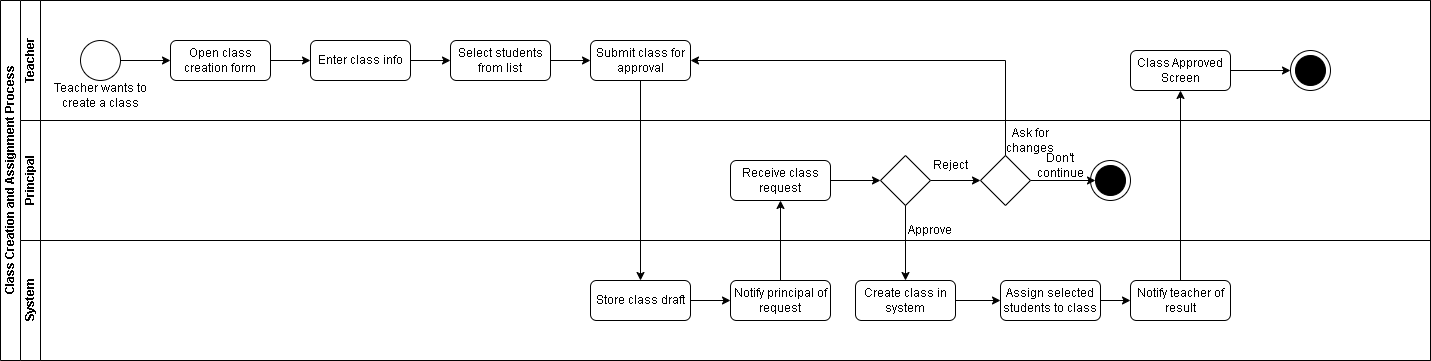
Above: BPMN-diagrams/BPMN-diagram-class-creation.drawio.png in LeandroBakollari/learning-platform (draw.io), before the change. Source tidied: cells renumbered, new cells last; positions are measured from the earlier drawing's top-left corner, leaving out a move shared by most shapes.
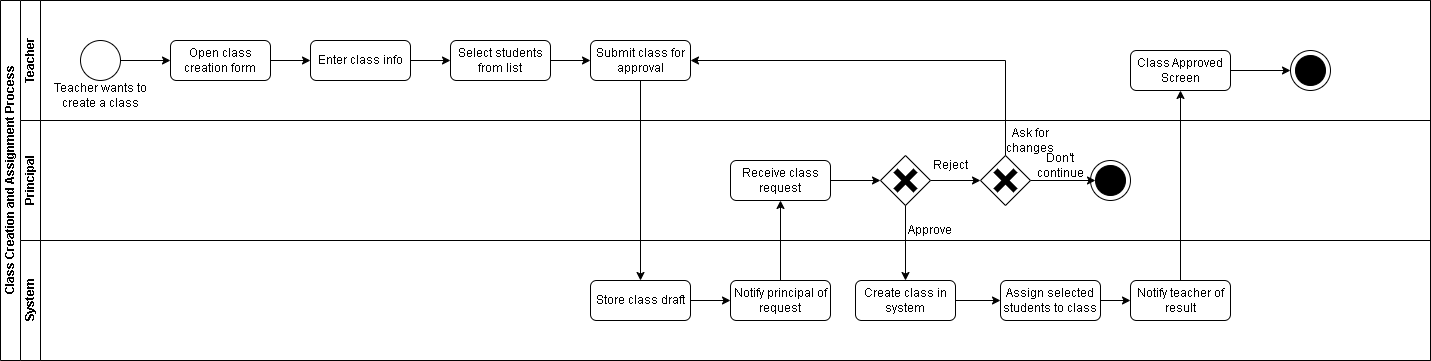
The same file after the commit.

The edit, as a diff of the source:
```diff
@@ -160,5 +160,35 @@
     <mxCell id="49" style="edgeStyle=orthogonalEdgeStyle;rounded=0;jettySize=auto;html=1;entryX=0.5;entryY=1;entryDx=0;entryDy=0;" parent="2" edge="1" source="44" target="18">
       <mxGeometry relative="1" as="geometry" />
     </mxCell>
+    <mxCell id="50" style="group;" parent="1" vertex="1">
+      <mxGeometry x="995" y="170" width="20" height="20" as="geometry" />
+    </mxCell>
+    <mxCell id="51" style="endArrow=none;html=1;rounded=0;strokeWidth=6;" parent="50" edge="1">
+      <mxGeometry relative="1" as="geometry">
+        <mxPoint y="20" as="sourcePoint" />
+        <mxPoint x="20" as="targetPoint" />
+      </mxGeometry>
+    </mxCell>
+    <mxCell id="52" style="endArrow=none;html=1;rounded=0;strokeWidth=6;" parent="50" edge="1">
+      <mxGeometry relative="1" as="geometry">
+        <mxPoint as="sourcePoint" />
+        <mxPoint x="20" y="20" as="targetPoint" />
+      </mxGeometry>
+    </mxCell>
+    <mxCell id="53" style="group;" parent="1" vertex="1">
+      <mxGeometry x="895" y="170" width="20" height="20" as="geometry" />
+    </mxCell>
+    <mxCell id="54" style="endArrow=none;html=1;rounded=0;strokeWidth=6;" parent="53" edge="1">
+      <mxGeometry relative="1" as="geometry">
+        <mxPoint y="20" as="sourcePoint" />
+        <mxPoint x="20" as="targetPoint" />
+      </mxGeometry>
+    </mxCell>
+    <mxCell id="55" style="endArrow=none;html=1;rounded=0;strokeWidth=6;" parent="53" edge="1">
+      <mxGeometry relative="1" as="geometry">
+        <mxPoint as="sourcePoint" />
+        <mxPoint x="20" y="20" as="targetPoint" />
+      </mxGeometry>
+    </mxCell>
   </root>
 </mxGraphModel>
```
